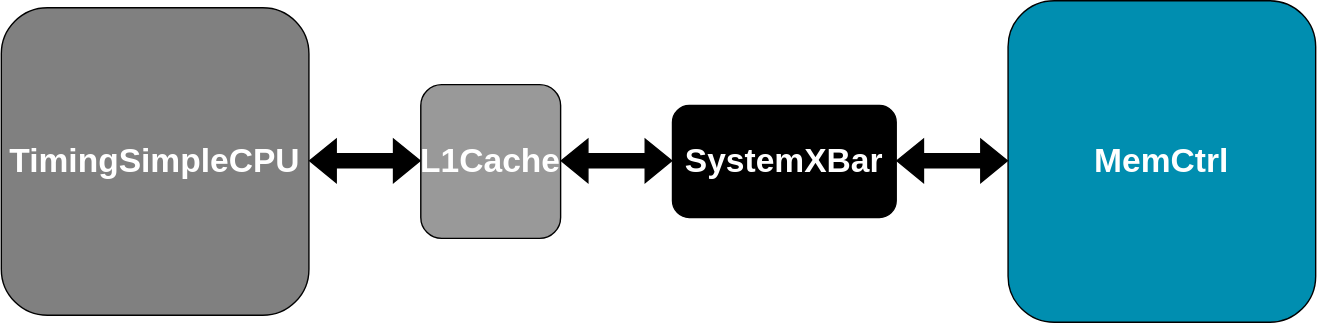
huydinhtran/gem5-2024-bootcamp keeps this draw.io diagram as slides/02-Using-gem5/06-memory-imgs/comm-monitor-0.drawio.svg. Above is the earlier version. Source tidied: cells renumbered, new cells last; positions are measured from the earlier drawing's top-left corner, leaving out a move shared by most shapes. The source it was exported from:
```xml
<mxGraphModel>
  <root>
    <mxCell id="0" />
    <mxCell id="1" parent="0" />
    <mxCell id="2" value="TimingSimpleCPU" style="rounded=1;whiteSpace=wrap;html=1;fontSize=24;fontStyle=1;fillColor=#808080;fontColor=#FFFFFF;" parent="1" vertex="1">
      <mxGeometry y="5" width="220" height="220" as="geometry" />
    </mxCell>
    <mxCell id="3" value="SystemXBar" style="rounded=1;whiteSpace=wrap;html=1;fontSize=24;fontStyle=1;fillColor=#000000;fontColor=#FFFFFF;" parent="1" vertex="1">
      <mxGeometry x="480" y="75" width="160" height="80" as="geometry" />
    </mxCell>
    <mxCell id="4" value="MemCtrl" style="rounded=1;whiteSpace=wrap;html=1;fontSize=24;fontStyle=1;fillColor=#008EB0;fontColor=#FFFFFF;" parent="1" vertex="1">
      <mxGeometry x="720" width="220" height="230" as="geometry" />
    </mxCell>
    <mxCell id="5" style="shape=flexArrow;endArrow=classic;startArrow=classic;html=1;rounded=0;strokeColor=#000000;fillColor=#000000;" parent="1" edge="1">
      <mxGeometry relative="1" as="geometry">
        <mxPoint x="220" y="114.5" as="sourcePoint" />
        <mxPoint x="300" y="114.5" as="targetPoint" />
      </mxGeometry>
    </mxCell>
    <mxCell id="6" style="shape=flexArrow;endArrow=classic;startArrow=classic;html=1;rounded=0;strokeColor=#000000;fillColor=#000000;" parent="1" edge="1">
      <mxGeometry relative="1" as="geometry">
        <mxPoint x="640" y="114.5" as="sourcePoint" />
        <mxPoint x="720" y="114.5" as="targetPoint" />
      </mxGeometry>
    </mxCell>
    <mxCell id="7" value="L1Cache" style="rounded=1;whiteSpace=wrap;html=1;fontSize=24;fontStyle=1;fillColor=#999999;fontColor=#FFFFFF;" parent="1" vertex="1">
      <mxGeometry x="300" y="60" width="100" height="110" as="geometry" />
    </mxCell>
    <mxCell id="8" style="shape=flexArrow;endArrow=classic;startArrow=classic;html=1;rounded=0;strokeColor=#000000;fillColor=#000000;" parent="1" edge="1">
      <mxGeometry relative="1" as="geometry">
        <mxPoint x="400" y="114.5" as="sourcePoint" />
        <mxPoint x="480" y="114.5" as="targetPoint" />
      </mxGeometry>
    </mxCell>
  </root>
</mxGraphModel>
```
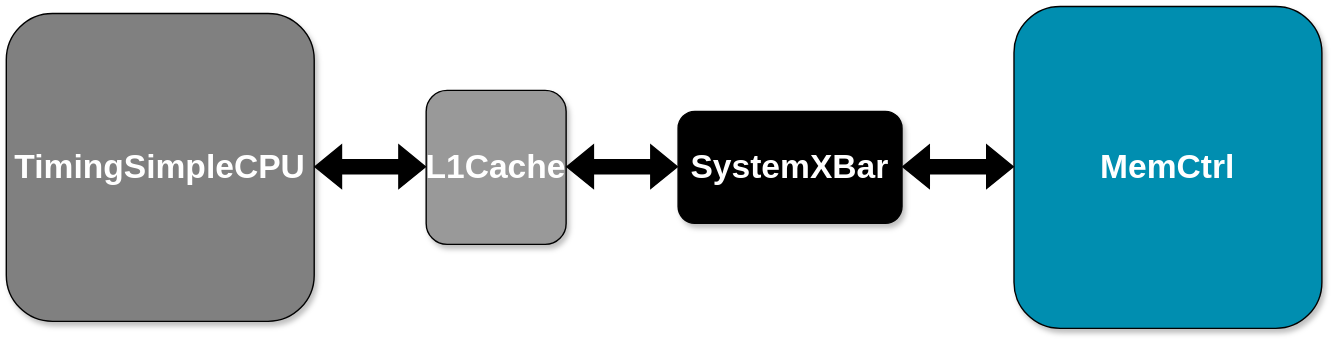
Later version of the same file.

The edit, as a diff of the source:
```diff
@@ -2,35 +2,35 @@
   <root>
     <mxCell id="0" />
     <mxCell id="1" parent="0" />
-    <mxCell id="2" value="TimingSimpleCPU" style="rounded=1;whiteSpace=wrap;html=1;fontSize=24;fontStyle=1;fillColor=#808080;fontColor=#FFFFFF;" parent="1" vertex="1">
+    <mxCell id="2" value="TimingSimpleCPU" style="rounded=1;whiteSpace=wrap;html=1;fontSize=24;fontStyle=1;fillColor=#808080;fontColor=#FFFFFF;shadow=1;" parent="1" vertex="1">
       <mxGeometry y="5" width="220" height="220" as="geometry" />
     </mxCell>
-    <mxCell id="3" value="SystemXBar" style="rounded=1;whiteSpace=wrap;html=1;fontSize=24;fontStyle=1;fillColor=#000000;fontColor=#FFFFFF;" parent="1" vertex="1">
+    <mxCell id="3" value="SystemXBar" style="rounded=1;whiteSpace=wrap;html=1;fontSize=24;fontStyle=1;fillColor=#000000;fontColor=#FFFFFF;shadow=1;" parent="1" vertex="1">
       <mxGeometry x="480" y="75" width="160" height="80" as="geometry" />
     </mxCell>
-    <mxCell id="4" value="MemCtrl" style="rounded=1;whiteSpace=wrap;html=1;fontSize=24;fontStyle=1;fillColor=#008EB0;fontColor=#FFFFFF;" parent="1" vertex="1">
+    <mxCell id="4" value="MemCtrl" style="rounded=1;whiteSpace=wrap;html=1;fontSize=24;fontStyle=1;fillColor=#008EB0;fontColor=#FFFFFF;shadow=1;" parent="1" vertex="1">
       <mxGeometry x="720" width="220" height="230" as="geometry" />
     </mxCell>
-    <mxCell id="5" style="shape=flexArrow;endArrow=classic;startArrow=classic;html=1;rounded=0;strokeColor=#000000;fillColor=#000000;" parent="1" edge="1">
-      <mxGeometry relative="1" as="geometry">
-        <mxPoint x="220" y="114.5" as="sourcePoint" />
-        <mxPoint x="300" y="114.5" as="targetPoint" />
-      </mxGeometry>
-    </mxCell>
-    <mxCell id="6" style="shape=flexArrow;endArrow=classic;startArrow=classic;html=1;rounded=0;strokeColor=#000000;fillColor=#000000;" parent="1" edge="1">
-      <mxGeometry relative="1" as="geometry">
-        <mxPoint x="640" y="114.5" as="sourcePoint" />
-        <mxPoint x="720" y="114.5" as="targetPoint" />
-      </mxGeometry>
-    </mxCell>
+    <mxCell id="9" style="shape=flexArrow;endArrow=classic;startArrow=classic;html=1;rounded=0;strokeColor=#000000;fillColor=#000000;" parent="1" edge="1">
+      <mxGeometry relative="1" as="geometry">
+        <mxPoint x="220" y="114.5" as="sourcePoint" />
+        <mxPoint x="300" y="114.5" as="targetPoint" />
+      </mxGeometry>
+    </mxCell>
+    <mxCell id="10" style="shape=flexArrow;endArrow=classic;startArrow=classic;html=1;rounded=0;strokeColor=#000000;fillColor=#000000;" parent="1" edge="1">
+      <mxGeometry relative="1" as="geometry">
+        <mxPoint x="640" y="114.5" as="sourcePoint" />
+        <mxPoint x="720" y="114.5" as="targetPoint" />
+      </mxGeometry>
+    </mxCell>
-    <mxCell id="7" value="L1Cache" style="rounded=1;whiteSpace=wrap;html=1;fontSize=24;fontStyle=1;fillColor=#999999;fontColor=#FFFFFF;" parent="1" vertex="1">
+    <mxCell id="7" value="L1Cache" style="rounded=1;whiteSpace=wrap;html=1;fontSize=24;fontStyle=1;fillColor=#999999;fontColor=#FFFFFF;shadow=1;" parent="1" vertex="1">
       <mxGeometry x="300" y="60" width="100" height="110" as="geometry" />
     </mxCell>
-    <mxCell id="8" style="shape=flexArrow;endArrow=classic;startArrow=classic;html=1;rounded=0;strokeColor=#000000;fillColor=#000000;" parent="1" edge="1">
-      <mxGeometry relative="1" as="geometry">
-        <mxPoint x="400" y="114.5" as="sourcePoint" />
-        <mxPoint x="480" y="114.5" as="targetPoint" />
-      </mxGeometry>
-    </mxCell>
+    <mxCell id="11" style="shape=flexArrow;endArrow=classic;startArrow=classic;html=1;rounded=0;strokeColor=#000000;fillColor=#000000;" parent="1" edge="1">
+      <mxGeometry relative="1" as="geometry">
+        <mxPoint x="400" y="114.5" as="sourcePoint" />
+        <mxPoint x="480" y="114.5" as="targetPoint" />
+      </mxGeometry>
+    </mxCell>
   </root>
 </mxGraphModel>
```
